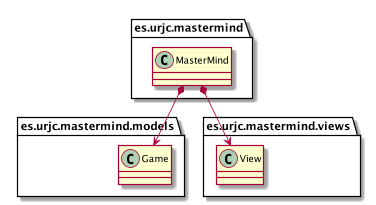
This is docs/images/MasterMindDesignModel-MasterMindViews.png from TheMercuryBeat/MasterMind, a PlantUML export, as it was before one commit.
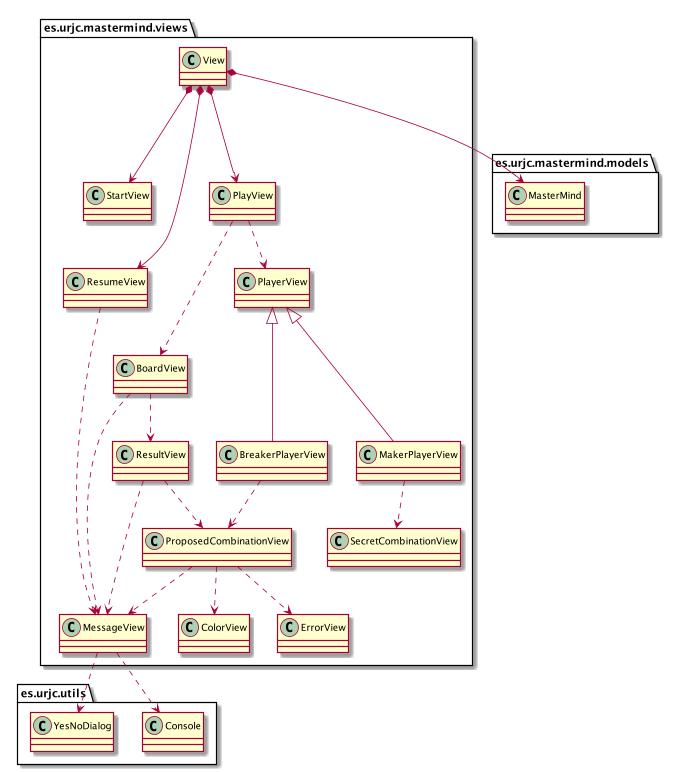
Later version of the same file.

Commit message:
Fix design model image

What changed in the source:
```diff
@@ -1,16 +1,50 @@
 @startuml
-package es.urjc.mastermind {
+package es.urjc.mastermind.views{
+    class View
+    class StartView
+    class PlayView
+    class ResumeView
+    class BoardView
+    class ResultView
+    class PlayerView
+    class MakerPlayerView
+    class BreakerPlayerView
+    class SecretCombinationView
+    class ProposedCombinationView
+    class ColorView
+    class ErrorView
+    class MessageView
+}
+
+package es.urjc.mastermind.models{
     class MasterMind
 }
 
-package es.urjc.mastermind.models {
-    class Game
+package es.urjc.utils{
+    class Console
+    class YesNoDialog
 }
 
-package es.urjc.mastermind.views {
-    class View
-}
+PlayerView <|--- MakerPlayerView
+PlayerView <|--- BreakerPlayerView
 
-MasterMind *--> Game
-MasterMind *--> View
+View *---> MasterMind
+View *---> StartView
+View *---> PlayView
+View *---> ResumeView
+
+PlayView ..> BoardView
+PlayView ..> PlayerView
+BoardView ..> ResultView
+ResultView ..> ProposedCombinationView
+BreakerPlayerView ..> ProposedCombinationView
+MakerPlayerView ..> SecretCombinationView
+ProposedCombinationView ..> ColorView
+BoardView ..> MessageView
+ResultView ..> MessageView
+ProposedCombinationView ..> MessageView
+ProposedCombinationView ..> ErrorView
+ResumeView ..> MessageView
+MessageView ..> Console
+MessageView ..> YesNoDialog
 @enduml
```
